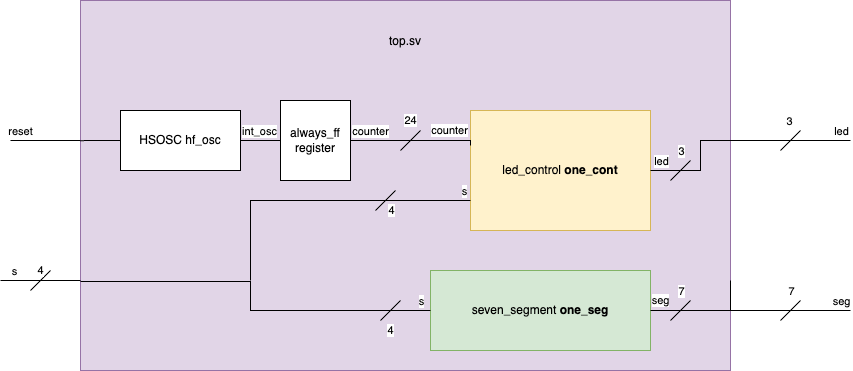
Before: projects/e-155_website/labs/lab1/images/block_diagram_program.png, a diagram exported from draw.io (zoe-worrall/e155_labs). Source tidied: cells renumbered, new cells last; positions are measured from the earlier drawing's top-left corner, leaving out a move shared by most shapes. Source of this version:
```xml
<mxGraphModel>
  <root>
    <mxCell id="0" />
    <mxCell id="1" parent="0" />
    <mxCell id="2" value="top.sv&lt;br&gt;&lt;br&gt;&lt;br&gt;&lt;br&gt;&lt;br&gt;&lt;br&gt;&lt;br&gt;&lt;br&gt;&lt;br&gt;&lt;br&gt;&lt;br&gt;&lt;br&gt;&lt;br&gt;&lt;br&gt;&lt;br&gt;&lt;br&gt;&lt;br&gt;&lt;br&gt;&lt;br&gt;&lt;br&gt;&lt;br&gt;" style="rounded=0;whiteSpace=wrap;html=1;fillColor=#e1d5e7;strokeColor=#9673a6;" parent="1" vertex="1">
      <mxGeometry x="80" width="650" height="370" as="geometry" />
    </mxCell>
    <mxCell id="3" value="seven_segment &lt;b&gt;one_seg&lt;/b&gt;" style="rounded=0;whiteSpace=wrap;html=1;fillColor=#d5e8d4;strokeColor=#82b366;" parent="1" vertex="1">
      <mxGeometry x="430" y="270" width="220" height="80" as="geometry" />
    </mxCell>
    <mxCell id="4" value="led_control &lt;b&gt;one_cont&lt;/b&gt;" style="rounded=0;whiteSpace=wrap;html=1;fillColor=#fff2cc;strokeColor=#d6b656;" parent="1" vertex="1">
      <mxGeometry x="470" y="110" width="180" height="120" as="geometry" />
    </mxCell>
    <mxCell id="5" style="edgeStyle=orthogonalEdgeStyle;rounded=0;jettySize=auto;html=1;exitX=0;exitY=0.75;exitDx=0;exitDy=0;endArrow=none;endFill=0;" parent="1" edge="1" source="4">
      <mxGeometry relative="1" as="geometry">
        <mxPoint x="250" y="280" as="targetPoint" />
        <Array as="points">
          <mxPoint x="250" y="200" />
        </Array>
      </mxGeometry>
    </mxCell>
    <mxCell id="6" value="s" style="edgeLabel;html=1;align=center;verticalAlign=middle;" parent="5" vertex="1">
      <mxGeometry x="-0.8" y="-1" relative="1" as="geometry">
        <mxPoint x="23" y="-9" as="offset" />
      </mxGeometry>
    </mxCell>
    <mxCell id="7" style="edgeStyle=orthogonalEdgeStyle;rounded=0;jettySize=auto;html=1;exitX=1;exitY=0.5;exitDx=0;exitDy=0;endArrow=none;endFill=0;" parent="1" edge="1" source="4">
      <mxGeometry relative="1" as="geometry">
        <mxPoint x="730" y="140" as="targetPoint" />
        <Array as="points">
          <mxPoint x="700" y="170" />
          <mxPoint x="700" y="140" />
        </Array>
      </mxGeometry>
    </mxCell>
    <mxCell id="8" value="led" style="edgeLabel;html=1;align=center;verticalAlign=middle;" parent="7" vertex="1">
      <mxGeometry x="-0.38" y="3" relative="1" as="geometry">
        <mxPoint x="-24" y="-7" as="offset" />
      </mxGeometry>
    </mxCell>
    <mxCell id="9" value="counter" style="edgeStyle=orthogonalEdgeStyle;rounded=0;jettySize=auto;html=1;endArrow=none;endFill=0;exitX=0;exitY=0.25;exitDx=0;exitDy=0;entryX=1;entryY=0.5;entryDx=0;entryDy=0;" parent="1" edge="1" target="43">
      <mxGeometry x="-0.6" y="-10" relative="1" as="geometry">
        <mxPoint x="470" y="145" as="sourcePoint" />
        <Array as="points">
          <mxPoint x="470" y="140" />
        </Array>
      </mxGeometry>
    </mxCell>
    <mxCell id="10" value="counter" style="edgeLabel;html=1;align=center;verticalAlign=middle;" parent="9" vertex="1">
      <mxGeometry x="0.86" y="-2" relative="1" as="geometry">
        <mxPoint x="11" y="-8" as="offset" />
      </mxGeometry>
    </mxCell>
    <mxCell id="11" style="edgeStyle=orthogonalEdgeStyle;rounded=0;orthogonalLoop=1;jettySize=auto;html=1;endArrow=none;endFill=0;" parent="1" edge="1">
      <mxGeometry relative="1" as="geometry">
        <mxPoint x="430" y="310" as="sourcePoint" />
        <mxPoint x="80" y="280" as="targetPoint" />
        <Array as="points">
          <mxPoint x="250" y="310" />
          <mxPoint x="250" y="281" />
          <mxPoint x="80" y="281" />
        </Array>
      </mxGeometry>
    </mxCell>
    <mxCell id="12" value="s" style="edgeLabel;html=1;align=center;verticalAlign=middle;" parent="11" vertex="1">
      <mxGeometry x="-0.95" y="-2" relative="1" as="geometry">
        <mxPoint y="-8" as="offset" />
      </mxGeometry>
    </mxCell>
    <mxCell id="13" value="seg" style="edgeStyle=orthogonalEdgeStyle;rounded=0;orthogonalLoop=1;jettySize=auto;html=1;endArrow=none;endFill=0;" parent="1" edge="1">
      <mxGeometry x="-0.82" y="10" relative="1" as="geometry">
        <mxPoint x="650" y="310" as="sourcePoint" />
        <mxPoint x="730" y="280" as="targetPoint" />
        <Array as="points">
          <mxPoint x="730" y="310" />
        </Array>
      </mxGeometry>
    </mxCell>
    <mxCell id="14" style="endArrow=none;html=1;rounded=0;" parent="1" edge="1">
      <mxGeometry relative="1" as="geometry">
        <mxPoint x="10" y="140" as="sourcePoint" />
        <mxPoint x="80" y="140" as="targetPoint" />
      </mxGeometry>
    </mxCell>
    <mxCell id="15" value="reset" style="edgeLabel;html=1;align=center;verticalAlign=middle;" parent="14" vertex="1">
      <mxGeometry x="-0.49" relative="1" as="geometry">
        <mxPoint x="-8" y="-10" as="offset" />
      </mxGeometry>
    </mxCell>
    <mxCell id="16" style="group;" parent="1" vertex="1">
      <mxGeometry y="270" width="80" height="20" as="geometry" />
    </mxCell>
    <mxCell id="17" style="endArrow=none;html=1;rounded=0;" parent="16" edge="1">
      <mxGeometry relative="1" as="geometry">
        <mxPoint y="10" as="sourcePoint" />
        <mxPoint x="80" y="10" as="targetPoint" />
      </mxGeometry>
    </mxCell>
    <mxCell id="18" value="s" style="edgeLabel;html=1;align=center;verticalAlign=middle;" parent="17" vertex="1">
      <mxGeometry x="-0.49" relative="1" as="geometry">
        <mxPoint x="-8" y="-10" as="offset" />
      </mxGeometry>
    </mxCell>
    <mxCell id="19" value="4" style="endArrow=none;html=1;rounded=0;" parent="16" edge="1">
      <mxGeometry x="0.5" y="7" relative="1" as="geometry">
        <mxPoint x="30" y="20" as="sourcePoint" />
        <mxPoint x="50" as="targetPoint" />
      </mxGeometry>
    </mxCell>
    <mxCell id="20" style="group;" parent="1" vertex="1">
      <mxGeometry x="730" y="300" width="120" height="20" as="geometry" />
    </mxCell>
    <mxCell id="21" style="group;" parent="20" vertex="1">
      <mxGeometry x="20" width="80" height="20" as="geometry" />
    </mxCell>
    <mxCell id="22" style="endArrow=none;html=1;rounded=0;" parent="21" edge="1">
      <mxGeometry relative="1" as="geometry">
        <mxPoint x="30" y="20" as="sourcePoint" />
        <mxPoint x="50" as="targetPoint" />
      </mxGeometry>
    </mxCell>
    <mxCell id="23" value="7" style="edgeLabel;html=1;align=center;verticalAlign=middle;" parent="22" vertex="1">
      <mxGeometry x="0.43" y="1" relative="1" as="geometry">
        <mxPoint x="-3" y="-15" as="offset" />
      </mxGeometry>
    </mxCell>
    <mxCell id="24" style="endArrow=none;html=1;rounded=0;" parent="20" edge="1">
      <mxGeometry relative="1" as="geometry">
        <mxPoint y="10" as="sourcePoint" />
        <mxPoint x="120" y="10" as="targetPoint" />
      </mxGeometry>
    </mxCell>
    <mxCell id="25" value="seg" style="edgeLabel;html=1;align=center;verticalAlign=middle;" parent="24" vertex="1">
      <mxGeometry x="-0.49" relative="1" as="geometry">
        <mxPoint x="79" y="-10" as="offset" />
      </mxGeometry>
    </mxCell>
    <mxCell id="26" style="group;" parent="1" vertex="1">
      <mxGeometry x="730" y="130" width="120" height="20" as="geometry" />
    </mxCell>
    <mxCell id="27" style="group;" parent="26" vertex="1">
      <mxGeometry x="20" width="80" height="20" as="geometry" />
    </mxCell>
    <mxCell id="28" style="endArrow=none;html=1;rounded=0;" parent="27" edge="1">
      <mxGeometry relative="1" as="geometry">
        <mxPoint x="30" y="20" as="sourcePoint" />
        <mxPoint x="50" as="targetPoint" />
      </mxGeometry>
    </mxCell>
    <mxCell id="29" style="endArrow=none;html=1;rounded=0;" parent="26" edge="1">
      <mxGeometry relative="1" as="geometry">
        <mxPoint y="10" as="sourcePoint" />
        <mxPoint x="120" y="10" as="targetPoint" />
      </mxGeometry>
    </mxCell>
    <mxCell id="30" value="led" style="edgeLabel;html=1;align=center;verticalAlign=middle;" parent="29" vertex="1">
      <mxGeometry x="-0.49" relative="1" as="geometry">
        <mxPoint x="79" y="-10" as="offset" />
      </mxGeometry>
    </mxCell>
    <mxCell id="31" value="3" style="edgeLabel;html=1;align=center;verticalAlign=middle;" parent="29" vertex="1">
      <mxGeometry x="-0.02" relative="1" as="geometry">
        <mxPoint y="-20" as="offset" />
      </mxGeometry>
    </mxCell>
    <mxCell id="32" value="4" style="endArrow=none;html=1;rounded=0;" parent="1" edge="1">
      <mxGeometry x="-1" y="-14" relative="1" as="geometry">
        <mxPoint x="380" y="320" as="sourcePoint" />
        <mxPoint x="400" y="300" as="targetPoint" />
      </mxGeometry>
    </mxCell>
    <mxCell id="33" style="endArrow=none;html=1;rounded=0;" parent="1" edge="1">
      <mxGeometry relative="1" as="geometry">
        <mxPoint x="670" y="320" as="sourcePoint" />
        <mxPoint x="690" y="300" as="targetPoint" />
      </mxGeometry>
    </mxCell>
    <mxCell id="34" value="7" style="edgeLabel;html=1;align=center;verticalAlign=middle;" parent="33" vertex="1">
      <mxGeometry x="0.43" y="1" relative="1" as="geometry">
        <mxPoint x="-3" y="-15" as="offset" />
      </mxGeometry>
    </mxCell>
    <mxCell id="35" style="endArrow=none;html=1;rounded=0;" parent="1" edge="1">
      <mxGeometry relative="1" as="geometry">
        <mxPoint x="670" y="180" as="sourcePoint" />
        <mxPoint x="690" y="160" as="targetPoint" />
      </mxGeometry>
    </mxCell>
    <mxCell id="36" value="3" style="edgeLabel;html=1;align=center;verticalAlign=middle;" parent="35" vertex="1">
      <mxGeometry x="0.43" y="1" relative="1" as="geometry">
        <mxPoint x="-3" y="-15" as="offset" />
      </mxGeometry>
    </mxCell>
    <mxCell id="37" style="edgeStyle=orthogonalEdgeStyle;rounded=0;jettySize=auto;html=1;exitX=0;exitY=0.5;exitDx=0;exitDy=0;endArrow=none;endFill=0;" parent="1" edge="1" source="40">
      <mxGeometry relative="1" as="geometry">
        <mxPoint x="80" y="140.2" as="targetPoint" />
      </mxGeometry>
    </mxCell>
    <mxCell id="38" style="edgeStyle=orthogonalEdgeStyle;rounded=0;jettySize=auto;html=1;exitX=1;exitY=0.5;exitDx=0;exitDy=0;entryX=0;entryY=0.5;entryDx=0;entryDy=0;endArrow=none;endFill=0;" parent="1" edge="1" source="40" target="43">
      <mxGeometry relative="1" as="geometry" />
    </mxCell>
    <mxCell id="39" value="int_osc" style="edgeLabel;html=1;align=center;verticalAlign=middle;" parent="38" vertex="1">
      <mxGeometry x="-0.06" y="3" relative="1" as="geometry">
        <mxPoint y="-7" as="offset" />
      </mxGeometry>
    </mxCell>
    <mxCell id="40" value="HSOSC hf_osc" style="rounded=0;whiteSpace=wrap;html=1;" parent="1" vertex="1">
      <mxGeometry x="120" y="110" width="120" height="60" as="geometry" />
    </mxCell>
    <mxCell id="41" value="4" style="endArrow=none;html=1;rounded=0;" parent="1" edge="1">
      <mxGeometry x="-0.25" y="-11" relative="1" as="geometry">
        <mxPoint x="375" y="210" as="sourcePoint" />
        <mxPoint x="395" y="190" as="targetPoint" />
      </mxGeometry>
    </mxCell>
    <mxCell id="42" value="24" style="endArrow=none;html=1;rounded=0;" parent="1" edge="1">
      <mxGeometry x="1" y="14" relative="1" as="geometry">
        <mxPoint x="400" y="150" as="sourcePoint" />
        <mxPoint x="420" y="130" as="targetPoint" />
      </mxGeometry>
    </mxCell>
    <mxCell id="43" value="always_ff register" style="rounded=0;whiteSpace=wrap;html=1;" parent="1" vertex="1">
      <mxGeometry x="280" y="100" width="70" height="80" as="geometry" />
    </mxCell>
  </root>
</mxGraphModel>
```
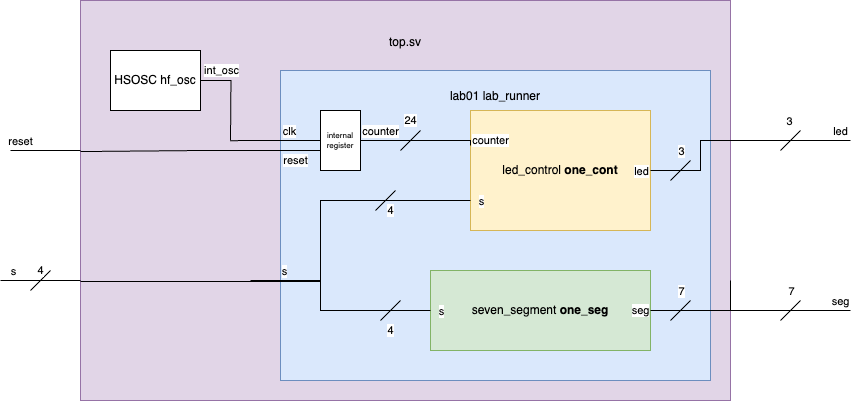
The same diagram one commit later.

Diff of the diagram source:
```diff
@@ -2,9 +2,12 @@
   <root>
     <mxCell id="0" />
     <mxCell id="1" parent="0" />
-    <mxCell id="2" value="top.sv&lt;br&gt;&lt;br&gt;&lt;br&gt;&lt;br&gt;&lt;br&gt;&lt;br&gt;&lt;br&gt;&lt;br&gt;&lt;br&gt;&lt;br&gt;&lt;br&gt;&lt;br&gt;&lt;br&gt;&lt;br&gt;&lt;br&gt;&lt;br&gt;&lt;br&gt;&lt;br&gt;&lt;br&gt;&lt;br&gt;&lt;br&gt;" style="rounded=0;whiteSpace=wrap;html=1;fillColor=#e1d5e7;strokeColor=#9673a6;" parent="1" vertex="1">
-      <mxGeometry x="80" width="650" height="370" as="geometry" />
+    <mxCell id="2" value="top.sv&lt;br&gt;&lt;br&gt;&lt;br&gt;&lt;br&gt;&lt;br&gt;&lt;br&gt;&lt;br&gt;&lt;br&gt;&lt;br&gt;&lt;br&gt;&lt;br&gt;&lt;br&gt;&lt;br&gt;&lt;br&gt;&lt;br&gt;&lt;br&gt;&lt;br&gt;&lt;br&gt;&lt;br&gt;&lt;br&gt;&lt;br&gt;&lt;br&gt;&lt;br&gt;" style="rounded=0;whiteSpace=wrap;html=1;fillColor=#e1d5e7;strokeColor=#9673a6;" parent="1" vertex="1">
+      <mxGeometry x="80" width="650" height="400" as="geometry" />
     </mxCell>
+    <mxCell id="44" value="lab01 lab_runner&lt;br&gt;&lt;br&gt;&lt;br&gt;&lt;br&gt;&lt;br&gt;&lt;br&gt;&lt;br&gt;&lt;br&gt;&lt;br&gt;&lt;br&gt;&lt;br&gt;&lt;br&gt;&lt;br&gt;&lt;br&gt;&lt;br&gt;&lt;br&gt;&lt;br&gt;&lt;br&gt;&lt;br&gt;" style="rounded=0;whiteSpace=wrap;html=1;fillColor=#dae8fc;strokeColor=#6c8ebf;" parent="1" vertex="1">
+      <mxGeometry x="280" y="70" width="430" height="310" as="geometry" />
+    </mxCell>
     <mxCell id="3" value="seven_segment &lt;b&gt;one_seg&lt;/b&gt;" style="rounded=0;whiteSpace=wrap;html=1;fillColor=#d5e8d4;strokeColor=#82b366;" parent="1" vertex="1">
       <mxGeometry x="430" y="270" width="220" height="80" as="geometry" />
     </mxCell>
@@ -15,13 +18,14 @@
       <mxGeometry relative="1" as="geometry">
         <mxPoint x="250" y="280" as="targetPoint" />
         <Array as="points">
-          <mxPoint x="250" y="200" />
+          <mxPoint x="320" y="200" />
+          <mxPoint x="320" y="280" />
         </Array>
       </mxGeometry>
     </mxCell>
     <mxCell id="6" value="s" style="edgeLabel;html=1;align=center;verticalAlign=middle;" parent="5" vertex="1">
       <mxGeometry x="-0.8" y="-1" relative="1" as="geometry">
-        <mxPoint x="23" y="-9" as="offset" />
+        <mxPoint x="40" y="1" as="offset" />
       </mxGeometry>
     </mxCell>
     <mxCell id="7" style="edgeStyle=orthogonalEdgeStyle;rounded=0;jettySize=auto;html=1;exitX=1;exitY=0.5;exitDx=0;exitDy=0;endArrow=none;endFill=0;" parent="1" edge="1" source="4">
@@ -35,20 +39,22 @@
     </mxCell>
     <mxCell id="8" value="led" style="edgeLabel;html=1;align=center;verticalAlign=middle;" parent="7" vertex="1">
       <mxGeometry x="-0.38" y="3" relative="1" as="geometry">
-        <mxPoint x="-24" y="-7" as="offset" />
+        <mxPoint x="-44" y="3" as="offset" />
       </mxGeometry>
     </mxCell>
-    <mxCell id="9" value="counter" style="edgeStyle=orthogonalEdgeStyle;rounded=0;jettySize=auto;html=1;endArrow=none;endFill=0;exitX=0;exitY=0.25;exitDx=0;exitDy=0;entryX=1;entryY=0.5;entryDx=0;entryDy=0;" parent="1" edge="1" target="43">
-      <mxGeometry x="-0.6" y="-10" relative="1" as="geometry">
+    <mxCell id="9" value="counter" style="edgeStyle=orthogonalEdgeStyle;rounded=0;orthogonalLoop=1;jettySize=auto;html=1;endArrow=none;endFill=0;exitX=0;exitY=0.25;exitDx=0;exitDy=0;entryX=1;entryY=0.5;entryDx=0;entryDy=0;" parent="1" edge="1">
+      <mxGeometry x="-0.92" y="-20" relative="1" as="geometry">
         <mxPoint x="470" y="145" as="sourcePoint" />
+        <mxPoint x="350" y="140" as="targetPoint" />
         <Array as="points">
           <mxPoint x="470" y="140" />
         </Array>
+        <mxPoint x="20" y="20" as="offset" />
       </mxGeometry>
     </mxCell>
     <mxCell id="10" value="counter" style="edgeLabel;html=1;align=center;verticalAlign=middle;" parent="9" vertex="1">
       <mxGeometry x="0.86" y="-2" relative="1" as="geometry">
-        <mxPoint x="11" y="-8" as="offset" />
+        <mxPoint x="21" y="-8" as="offset" />
       </mxGeometry>
     </mxCell>
     <mxCell id="11" style="edgeStyle=orthogonalEdgeStyle;rounded=0;orthogonalLoop=1;jettySize=auto;html=1;endArrow=none;endFill=0;" parent="1" edge="1">
@@ -56,30 +62,36 @@
         <mxPoint x="430" y="310" as="sourcePoint" />
         <mxPoint x="80" y="280" as="targetPoint" />
         <Array as="points">
-          <mxPoint x="250" y="310" />
-          <mxPoint x="250" y="281" />
+          <mxPoint x="320" y="310" />
+          <mxPoint x="320" y="281" />
           <mxPoint x="80" y="281" />
         </Array>
       </mxGeometry>
     </mxCell>
     <mxCell id="12" value="s" style="edgeLabel;html=1;align=center;verticalAlign=middle;" parent="11" vertex="1">
       <mxGeometry x="-0.95" y="-2" relative="1" as="geometry">
-        <mxPoint y="-8" as="offset" />
+        <mxPoint x="20" y="2" as="offset" />
       </mxGeometry>
     </mxCell>
+    <mxCell id="45" value="s" style="edgeLabel;html=1;align=center;verticalAlign=middle;" parent="11" vertex="1">
+      <mxGeometry x="-0.08" y="-1" relative="1" as="geometry">
+        <mxPoint y="-10" as="offset" />
+      </mxGeometry>
+    </mxCell>
     <mxCell id="13" value="seg" style="edgeStyle=orthogonalEdgeStyle;rounded=0;orthogonalLoop=1;jettySize=auto;html=1;endArrow=none;endFill=0;" parent="1" edge="1">
-      <mxGeometry x="-0.82" y="10" relative="1" as="geometry">
+      <mxGeometry x="-1" y="-10" relative="1" as="geometry">
         <mxPoint x="650" y="310" as="sourcePoint" />
         <mxPoint x="730" y="280" as="targetPoint" />
         <Array as="points">
           <mxPoint x="730" y="310" />
         </Array>
+        <mxPoint x="-10" y="-10" as="offset" />
       </mxGeometry>
     </mxCell>
     <mxCell id="14" style="endArrow=none;html=1;rounded=0;" parent="1" edge="1">
       <mxGeometry relative="1" as="geometry">
-        <mxPoint x="10" y="140" as="sourcePoint" />
-        <mxPoint x="80" y="140" as="targetPoint" />
+        <mxPoint x="10" y="150" as="sourcePoint" />
+        <mxPoint x="80" y="150" as="targetPoint" />
       </mxGeometry>
     </mxCell>
     <mxCell id="15" value="reset" style="edgeLabel;html=1;align=center;verticalAlign=middle;" parent="14" vertex="1">
@@ -191,21 +203,34 @@
         <mxPoint x="-3" y="-15" as="offset" />
       </mxGeometry>
     </mxCell>
-    <mxCell id="37" style="edgeStyle=orthogonalEdgeStyle;rounded=0;jettySize=auto;html=1;exitX=0;exitY=0.5;exitDx=0;exitDy=0;endArrow=none;endFill=0;" parent="1" edge="1" source="40">
+    <mxCell id="37" style="edgeStyle=orthogonalEdgeStyle;rounded=0;jettySize=auto;html=1;exitX=0;exitY=0.75;exitDx=0;exitDy=0;endArrow=none;endFill=0;" parent="1" edge="1" source="49">
       <mxGeometry relative="1" as="geometry">
-        <mxPoint x="80" y="140.2" as="targetPoint" />
+        <mxPoint x="80" y="150" as="targetPoint" />
+        <Array as="points">
+          <mxPoint x="320" y="150" />
+          <mxPoint x="201" y="150" />
+          <mxPoint x="201" y="151" />
+          <mxPoint x="80" y="151" />
+        </Array>
       </mxGeometry>
     </mxCell>
+    <mxCell id="46" value="reset" style="edgeLabel;html=1;align=center;verticalAlign=middle;" parent="37" vertex="1">
+      <mxGeometry x="0.75" y="-1" relative="1" as="geometry">
+        <mxPoint x="185" y="10" as="offset" />
+      </mxGeometry>
+    </mxCell>
-    <mxCell id="38" style="edgeStyle=orthogonalEdgeStyle;rounded=0;jettySize=auto;html=1;exitX=1;exitY=0.5;exitDx=0;exitDy=0;entryX=0;entryY=0.5;entryDx=0;entryDy=0;endArrow=none;endFill=0;" parent="1" edge="1" source="40" target="43">
-      <mxGeometry relative="1" as="geometry" />
+    <mxCell id="38" style="edgeStyle=orthogonalEdgeStyle;rounded=0;jettySize=auto;html=1;exitX=1;exitY=0.5;exitDx=0;exitDy=0;endArrow=none;endFill=0;" parent="1" edge="1" source="40">
+      <mxGeometry relative="1" as="geometry">
+        <mxPoint x="230" y="140" as="targetPoint" />
+      </mxGeometry>
     </mxCell>
     <mxCell id="39" value="int_osc" style="edgeLabel;html=1;align=center;verticalAlign=middle;" parent="38" vertex="1">
       <mxGeometry x="-0.06" y="3" relative="1" as="geometry">
-        <mxPoint y="-7" as="offset" />
+        <mxPoint x="-13" y="-22" as="offset" />
       </mxGeometry>
     </mxCell>
     <mxCell id="40" value="HSOSC hf_osc" style="rounded=0;whiteSpace=wrap;html=1;" parent="1" vertex="1">
-      <mxGeometry x="120" y="110" width="120" height="60" as="geometry" />
+      <mxGeometry x="110" y="50" width="90" height="60" as="geometry" />
     </mxCell>
     <mxCell id="41" value="4" style="endArrow=none;html=1;rounded=0;" parent="1" edge="1">
       <mxGeometry x="-0.25" y="-11" relative="1" as="geometry">
@@ -219,8 +244,18 @@
         <mxPoint x="420" y="130" as="targetPoint" />
       </mxGeometry>
     </mxCell>
-    <mxCell id="43" value="always_ff register" style="rounded=0;whiteSpace=wrap;html=1;" parent="1" vertex="1">
-      <mxGeometry x="280" y="100" width="70" height="80" as="geometry" />
-    </mxCell>
+    <mxCell id="47" style="edgeStyle=orthogonalEdgeStyle;rounded=0;jettySize=auto;html=1;exitX=0;exitY=0.5;exitDx=0;exitDy=0;endArrow=none;endFill=0;" parent="1" edge="1" source="49">
+      <mxGeometry relative="1" as="geometry">
+        <mxPoint x="230" y="140.1" as="targetPoint" />
+      </mxGeometry>
+    </mxCell>
+    <mxCell id="48" value="clk" style="edgeLabel;html=1;align=center;verticalAlign=middle;" parent="47" vertex="1">
+      <mxGeometry x="-0.3" y="-1" relative="1" as="geometry">
+        <mxPoint y="-9" as="offset" />
+      </mxGeometry>
+    </mxCell>
+    <mxCell id="49" value="internal&lt;br style=&quot;font-size: 8px;&quot;&gt;register" style="rounded=0;whiteSpace=wrap;html=1;fontSize=8;" parent="1" vertex="1">
+      <mxGeometry x="320" y="110" width="40" height="60" as="geometry" />
+    </mxCell>
   </root>
 </mxGraphModel>
```
